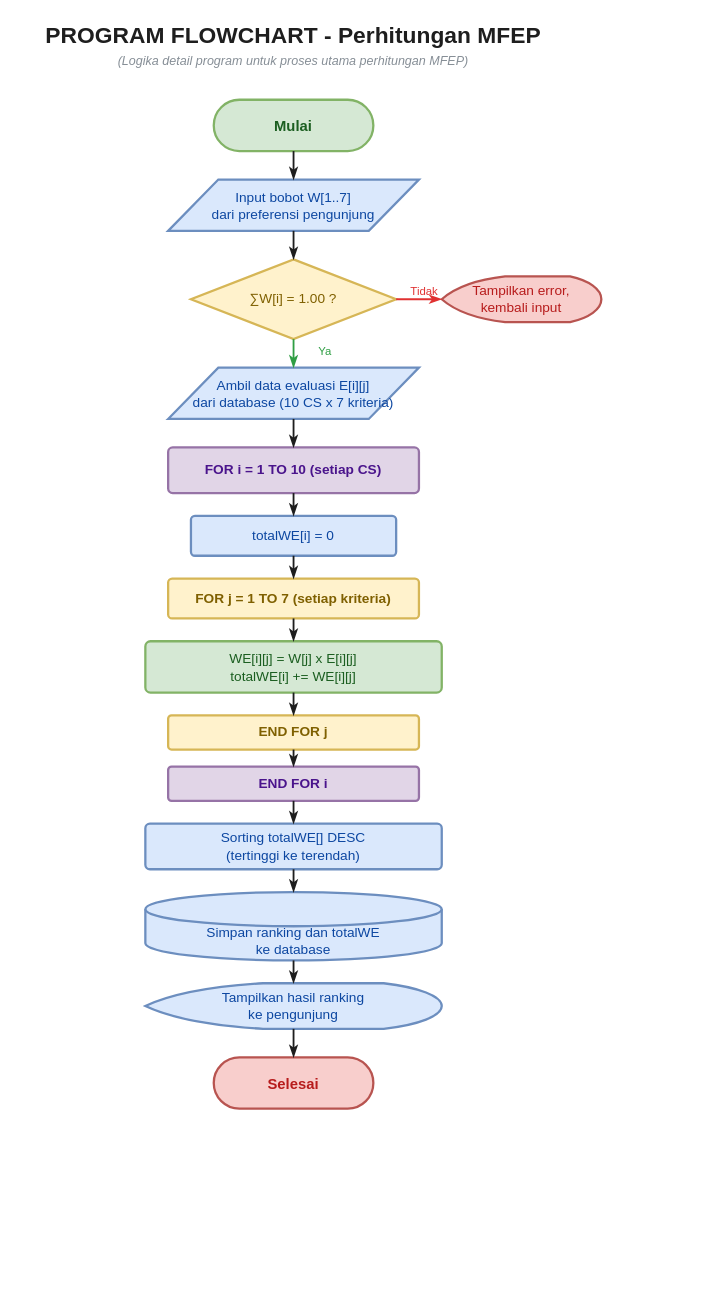
Earlier version of the draw.io diagram drawio/program_flowchart.drawio (akbarwijayaa/ansi-07). Source tidied: cells renumbered, new cells numbered last; positions are measured from the earlier drawing's top-left corner, leaving out a move shared by most shapes. Both pictures are drawn from the tidied source at 114%, with x=0, y=0 at pixel (19, 19).
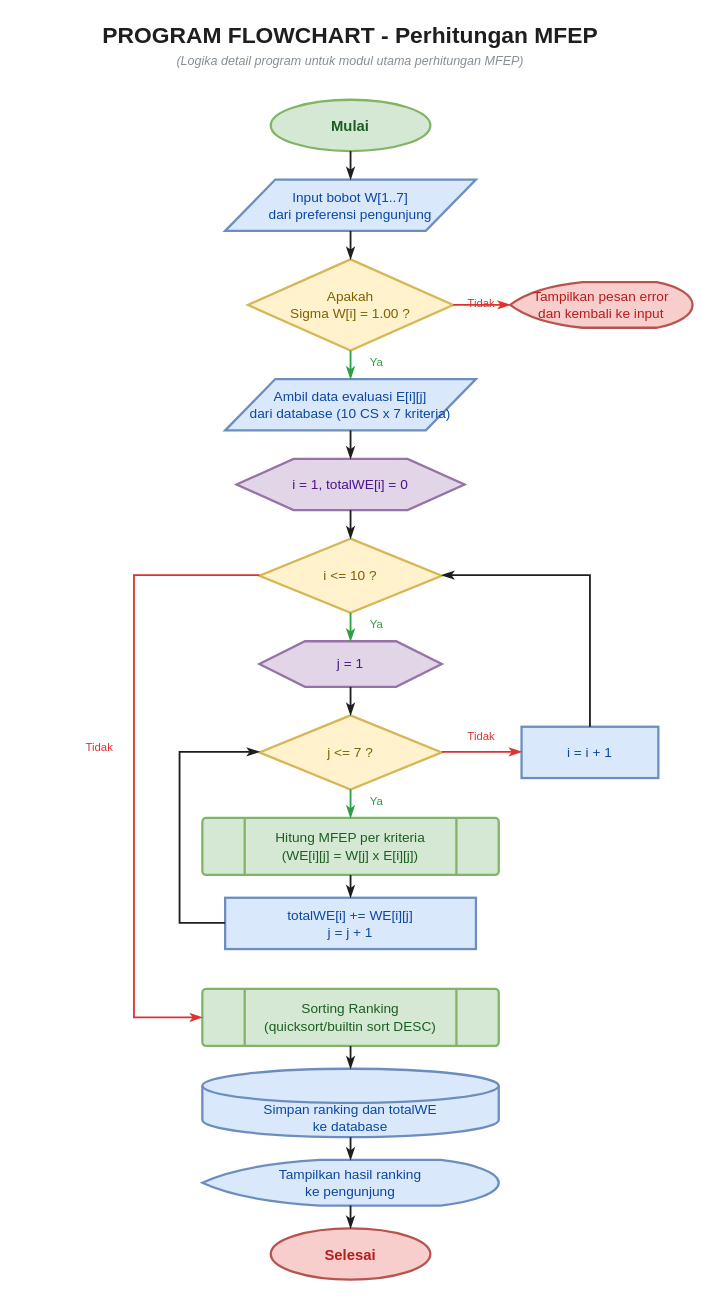
After the change.

Commit message (it also covers changes not shown here):
docs(diagram): refactor flowcharts to follow Indonesian flowchart guideline

The edit, as a diff of the source:
```diff
@@
+    <mxCell id="17" value="PROGRAM FLOWCHART - Perhitungan MFEP" style="text;html=1;strokeColor=none;fillColor=none;fontColor=#1e1e1e;fontSize=20;align=center;verticalAlign=middle;whiteSpace=wrap;fontStyle=1;" parent="1" vertex="1">
+      <mxGeometry width="580" height="25" as="geometry" />
+    </mxCell>
+    <mxCell id="18" value="(Logika detail program untuk modul utama perhitungan MFEP)" style="text;html=1;strokeColor=none;fillColor=none;fontColor=#868e96;fontSize=11;align=center;verticalAlign=middle;whiteSpace=wrap;fontStyle=2;" parent="1" vertex="1">
+      <mxGeometry y="28" width="580" height="16" as="geometry" />
+    </mxCell>
-    <mxCell id="2" value="Mulai" style="rounded=1;arcSize=50;fillColor=#d5e8d4;strokeColor=#82b366;fontColor=#1B5E20;fontSize=13;strokeWidth=2;shadow=0;html=1;whiteSpace=wrap;align=center;verticalAlign=middle;fontStyle=1;" parent="1" vertex="1">
-      <mxGeometry x="170" y="70" width="140" height="45" as="geometry" />
+    <mxCell id="2" value="Mulai" style="ellipse;fillColor=#d5e8d4;strokeColor=#82b366;fontColor=#1B5E20;fontSize=13;strokeWidth=2;shadow=0;html=1;whiteSpace=wrap;align=center;verticalAlign=middle;fontStyle=1;" parent="1" vertex="1">
+      <mxGeometry x="220" y="70" width="140" height="45" as="geometry" />
     </mxCell>
     <mxCell id="3" value="Input bobot W[1..7]&lt;br&gt;dari preferensi pengunjung" style="shape=parallelogram;perimeter=parallelogramPerimeter;size=0.2;fillColor=#dae8fc;strokeColor=#6c8ebf;fontColor=#0D47A1;fontSize=12;strokeWidth=2;shadow=0;html=1;whiteSpace=wrap;align=center;verticalAlign=middle;" parent="1" vertex="1">
-      <mxGeometry x="130" y="140" width="220" height="45" as="geometry" />
+      <mxGeometry x="180" y="140" width="220" height="45" as="geometry" />
     </mxCell>
-    <mxCell id="4" value="∑W[i] = 1.00 ?" style="rhombus;fillColor=#fff2cc;strokeColor=#d6b656;fontColor=#7F6000;fontSize=12;strokeWidth=2;shadow=0;html=1;whiteSpace=wrap;align=center;verticalAlign=middle;" parent="1" vertex="1">
-      <mxGeometry x="150" y="210" width="180" height="70" as="geometry" />
+    <mxCell id="4" value="Apakah&lt;br&gt;Sigma W[i] = 1.00 ?" style="rhombus;fillColor=#fff2cc;strokeColor=#d6b656;fontColor=#7F6000;fontSize=12;strokeWidth=2;shadow=0;html=1;whiteSpace=wrap;align=center;verticalAlign=middle;" parent="1" vertex="1">
+      <mxGeometry x="200" y="210" width="180" height="80" as="geometry" />
     </mxCell>
-    <mxCell id="5" value="Tampilkan error,&lt;br&gt;kembali input" style="shape=mxgraph.flowchart.display;fillColor=#f8cecc;strokeColor=#b85450;fontColor=#B71C1C;fontSize=12;strokeWidth=2;shadow=0;html=1;whiteSpace=wrap;align=center;verticalAlign=middle;" parent="1" vertex="1">
-      <mxGeometry x="370" y="225" width="140" height="40" as="geometry" />
+    <mxCell id="5" value="Tampilkan pesan error&lt;br&gt;dan kembali ke input" style="shape=mxgraph.flowchart.display;fillColor=#f8cecc;strokeColor=#b85450;fontColor=#B71C1C;fontSize=12;strokeWidth=2;shadow=0;html=1;whiteSpace=wrap;align=center;verticalAlign=middle;" parent="1" vertex="1">
+      <mxGeometry x="430" y="230" width="160" height="40" as="geometry" />
     </mxCell>
     <mxCell id="6" value="Ambil data evaluasi E[i][j]&lt;br&gt;dari database (10 CS x 7 kriteria)" style="shape=parallelogram;perimeter=parallelogramPerimeter;size=0.2;fillColor=#dae8fc;strokeColor=#6c8ebf;fontColor=#0D47A1;fontSize=12;strokeWidth=2;shadow=0;html=1;whiteSpace=wrap;align=center;verticalAlign=middle;" parent="1" vertex="1">
-      <mxGeometry x="130" y="305" width="220" height="45" as="geometry" />
+      <mxGeometry x="180" y="315" width="220" height="45" as="geometry" />
     </mxCell>
+    <mxCell id="8" value="i = 1, totalWE[i] = 0" style="shape=hexagon;perimeter=hexagonPerimeter2;fillColor=#e1d5e7;strokeColor=#9673a6;fontColor=#4A148C;fontSize=12;strokeWidth=2;shadow=0;html=1;whiteSpace=wrap;align=center;verticalAlign=middle;" parent="1" vertex="1">
+      <mxGeometry x="190" y="385" width="200" height="45" as="geometry" />
+    </mxCell>
-    <mxCell id="7" value="FOR i = 1 TO 10 (setiap CS)" style="rounded=1;arcSize=10;fillColor=#e1d5e7;strokeColor=#9673a6;fontColor=#4A148C;fontSize=12;strokeWidth=2;shadow=0;html=1;whiteSpace=wrap;align=center;verticalAlign=middle;fontStyle=1;" parent="1" vertex="1">
-      <mxGeometry x="130" y="375" width="220" height="40" as="geometry" />
+    <mxCell id="7" value="i &lt;= 10 ?" style="rhombus;fillColor=#fff2cc;strokeColor=#d6b656;fontColor=#7F6000;fontSize=12;strokeWidth=2;shadow=0;html=1;whiteSpace=wrap;align=center;verticalAlign=middle;" parent="1" vertex="1">
+      <mxGeometry x="210" y="455" width="160" height="65" as="geometry" />
     </mxCell>
-    <mxCell id="8" value="totalWE[i] = 0" style="rounded=1;arcSize=10;fillColor=#dae8fc;strokeColor=#6c8ebf;fontColor=#0D47A1;fontSize=12;strokeWidth=2;shadow=0;html=1;whiteSpace=wrap;align=center;verticalAlign=middle;" parent="1" vertex="1">
-      <mxGeometry x="150" y="435" width="180" height="35" as="geometry" />
-    </mxCell>
+    <mxCell id="35" value="j = 1" style="shape=hexagon;perimeter=hexagonPerimeter2;fillColor=#e1d5e7;strokeColor=#9673a6;fontColor=#4A148C;fontSize=12;strokeWidth=2;shadow=0;html=1;whiteSpace=wrap;align=center;verticalAlign=middle;" parent="1" vertex="1">
+      <mxGeometry x="210" y="545" width="160" height="40" as="geometry" />
+    </mxCell>
-    <mxCell id="9" value="FOR j = 1 TO 7 (setiap kriteria)" style="rounded=1;arcSize=10;fillColor=#fff2cc;strokeColor=#d6b656;fontColor=#7F6000;fontSize=12;strokeWidth=2;shadow=0;html=1;whiteSpace=wrap;align=center;verticalAlign=middle;fontStyle=1;" parent="1" vertex="1">
-      <mxGeometry x="130" y="490" width="220" height="35" as="geometry" />
+    <mxCell id="9" value="j &lt;= 7 ?" style="rhombus;fillColor=#fff2cc;strokeColor=#d6b656;fontColor=#7F6000;fontSize=12;strokeWidth=2;shadow=0;html=1;whiteSpace=wrap;align=center;verticalAlign=middle;" parent="1" vertex="1">
+      <mxGeometry x="210" y="610" width="160" height="65" as="geometry" />
     </mxCell>
-    <mxCell id="10" value="WE[i][j] = W[j] x E[i][j]&lt;br&gt;totalWE[i] += WE[i][j]" style="rounded=1;arcSize=10;fillColor=#d5e8d4;strokeColor=#82b366;fontColor=#1B5E20;fontSize=12;strokeWidth=2;shadow=0;html=1;whiteSpace=wrap;align=center;verticalAlign=middle;" parent="1" vertex="1">
-      <mxGeometry x="110" y="545" width="260" height="45" as="geometry" />
+    <mxCell id="10" value="Hitung MFEP per kriteria&lt;br&gt;(WE[i][j] = W[j] x E[i][j])" style="shape=mxgraph.flowchart.predefined_process;fillColor=#d5e8d4;strokeColor=#82b366;fontColor=#1B5E20;fontSize=12;strokeWidth=2;shadow=0;html=1;whiteSpace=wrap;align=center;verticalAlign=middle;" parent="1" vertex="1">
+      <mxGeometry x="160" y="700" width="260" height="50" as="geometry" />
     </mxCell>
-    <mxCell id="11" value="END FOR j" style="rounded=1;arcSize=10;fillColor=#fff2cc;strokeColor=#d6b656;fontColor=#7F6000;fontSize=12;strokeWidth=2;shadow=0;html=1;whiteSpace=wrap;align=center;verticalAlign=middle;fontStyle=1;" parent="1" vertex="1">
-      <mxGeometry x="130" y="610" width="220" height="30" as="geometry" />
-    </mxCell>
-    <mxCell id="12" value="END FOR i" style="rounded=1;arcSize=10;fillColor=#e1d5e7;strokeColor=#9673a6;fontColor=#4A148C;fontSize=12;strokeWidth=2;shadow=0;html=1;whiteSpace=wrap;align=center;verticalAlign=middle;fontStyle=1;" parent="1" vertex="1">
-      <mxGeometry x="130" y="655" width="220" height="30" as="geometry" />
-    </mxCell>
+    <mxCell id="36" value="totalWE[i] += WE[i][j]&lt;br&gt;j = j + 1" style="rounded=0;fillColor=#dae8fc;strokeColor=#6c8ebf;fontColor=#0D47A1;fontSize=12;strokeWidth=2;shadow=0;html=1;whiteSpace=wrap;align=center;verticalAlign=middle;" parent="1" vertex="1">
+      <mxGeometry x="180" y="770" width="220" height="45" as="geometry" />
+    </mxCell>
+    <mxCell id="37" value="i = i + 1" style="rounded=0;fillColor=#dae8fc;strokeColor=#6c8ebf;fontColor=#0D47A1;fontSize=12;strokeWidth=2;shadow=0;html=1;whiteSpace=wrap;align=center;verticalAlign=middle;" parent="1" vertex="1">
+      <mxGeometry x="440" y="620" width="120" height="45" as="geometry" />
+    </mxCell>
-    <mxCell id="13" value="Sorting totalWE[] DESC&lt;br&gt;(tertinggi ke terendah)" style="rounded=1;arcSize=10;fillColor=#dae8fc;strokeColor=#6c8ebf;fontColor=#0D47A1;fontSize=12;strokeWidth=2;shadow=0;html=1;whiteSpace=wrap;align=center;verticalAlign=middle;" parent="1" vertex="1">
-      <mxGeometry x="110" y="705" width="260" height="40" as="geometry" />
+    <mxCell id="13" value="Sorting Ranking&lt;br&gt;(quicksort/builtin sort DESC)" style="shape=mxgraph.flowchart.predefined_process;fillColor=#d5e8d4;strokeColor=#82b366;fontColor=#1B5E20;fontSize=12;strokeWidth=2;shadow=0;html=1;whiteSpace=wrap;align=center;verticalAlign=middle;" parent="1" vertex="1">
+      <mxGeometry x="160" y="850" width="260" height="50" as="geometry" />
     </mxCell>
     <mxCell id="14" value="Simpan ranking dan totalWE&lt;br&gt;ke database" style="shape=cylinder3;boundedLbl=1;backgroundOutline=1;size=15;fillColor=#dae8fc;strokeColor=#6c8ebf;fontColor=#0D47A1;fontSize=12;strokeWidth=2;shadow=0;html=1;whiteSpace=wrap;align=center;verticalAlign=middle;" parent="1" vertex="1">
-      <mxGeometry x="110" y="765" width="260" height="60" as="geometry" />
+      <mxGeometry x="160" y="920" width="260" height="60" as="geometry" />
     </mxCell>
     <mxCell id="15" value="Tampilkan hasil ranking&lt;br&gt;ke pengunjung" style="shape=mxgraph.flowchart.display;fillColor=#dae8fc;strokeColor=#6c8ebf;fontColor=#0D47A1;fontSize=12;strokeWidth=2;shadow=0;html=1;whiteSpace=wrap;align=center;verticalAlign=middle;" parent="1" vertex="1">
-      <mxGeometry x="110" y="845" width="260" height="40" as="geometry" />
+      <mxGeometry x="160" y="1000" width="260" height="40" as="geometry" />
     </mxCell>
-    <mxCell id="16" value="Selesai" style="rounded=1;arcSize=50;fillColor=#f8cecc;strokeColor=#b85450;fontColor=#B71C1C;fontSize=13;strokeWidth=2;shadow=0;html=1;whiteSpace=wrap;align=center;verticalAlign=middle;fontStyle=1;" parent="1" vertex="1">
-      <mxGeometry x="170" y="910" width="140" height="45" as="geometry" />
+    <mxCell id="16" value="Selesai" style="ellipse;fillColor=#f8cecc;strokeColor=#b85450;fontColor=#B71C1C;fontSize=13;strokeWidth=2;shadow=0;html=1;whiteSpace=wrap;align=center;verticalAlign=middle;fontStyle=1;" parent="1" vertex="1">
+      <mxGeometry x="220" y="1060" width="140" height="45" as="geometry" />
     </mxCell>
-    <mxCell id="17" value="PROGRAM FLOWCHART - Perhitungan MFEP" style="text;html=1;strokeColor=none;fillColor=none;fontColor=#1e1e1e;fontSize=20;align=center;verticalAlign=middle;whiteSpace=wrap;fontStyle=1;" parent="1" vertex="1">
-      <mxGeometry width="480" height="25" as="geometry" />
-    </mxCell>
-    <mxCell id="18" value="(Logika detail program untuk proses utama perhitungan MFEP)" style="text;html=1;strokeColor=none;fillColor=none;fontColor=#868e96;fontSize=11;align=center;verticalAlign=middle;whiteSpace=wrap;fontStyle=2;" parent="1" vertex="1">
-      <mxGeometry y="28" width="480" height="16" as="geometry" />
-    </mxCell>
     <mxCell id="19" value="Tidak" style="text;html=1;strokeColor=none;fillColor=none;fontColor=#e03131;fontSize=10;align=center;verticalAlign=middle;whiteSpace=wrap;" parent="1" vertex="1">
-      <mxGeometry x="335" y="230" width="40" height="16" as="geometry" />
+      <mxGeometry x="385" y="240" width="40" height="16" as="geometry" />
     </mxCell>
     <mxCell id="20" value="Ya" style="text;html=1;strokeColor=none;fillColor=none;fontColor=#2f9e44;fontSize=10;align=center;verticalAlign=middle;whiteSpace=wrap;" parent="1" vertex="1">
-      <mxGeometry x="248" y="282" width="40" height="16" as="geometry" />
+      <mxGeometry x="298" y="292" width="30" height="16" as="geometry" />
     </mxCell>
+    <mxCell id="38" value="Ya" style="text;html=1;strokeColor=none;fillColor=none;fontColor=#2f9e44;fontSize=10;align=center;verticalAlign=middle;whiteSpace=wrap;" parent="1" vertex="1">
+      <mxGeometry x="298" y="522" width="30" height="16" as="geometry" />
+    </mxCell>
+    <mxCell id="39" value="Tidak" style="text;html=1;strokeColor=none;fillColor=none;fontColor=#e03131;fontSize=10;align=center;verticalAlign=middle;whiteSpace=wrap;" parent="1" vertex="1">
+      <mxGeometry x="50" y="630" width="40" height="16" as="geometry" />
+    </mxCell>
+    <mxCell id="40" value="Ya" style="text;html=1;strokeColor=none;fillColor=none;fontColor=#2f9e44;fontSize=10;align=center;verticalAlign=middle;whiteSpace=wrap;" parent="1" vertex="1">
+      <mxGeometry x="298" y="677" width="30" height="16" as="geometry" />
+    </mxCell>
+    <mxCell id="41" value="Tidak" style="text;html=1;strokeColor=none;fillColor=none;fontColor=#e03131;fontSize=10;align=center;verticalAlign=middle;whiteSpace=wrap;" parent="1" vertex="1">
+      <mxGeometry x="385" y="620" width="40" height="16" as="geometry" />
+    </mxCell>
-    <mxCell id="21" style="endArrow=classicThin;endFill=1;html=1;rounded=0;strokeColor=#1e1e1e;strokeWidth=1.6;fontColor=#1e1e1e;fontSize=11;" parent="1" edge="1">
+    <mxCell id="21" style="endArrow=classicThin;endFill=1;html=1;rounded=0;strokeColor=#1e1e1e;strokeWidth=1.6;" parent="1" edge="1">
       <mxGeometry relative="1" as="geometry">
-        <mxPoint x="240" y="115" as="sourcePoint" />
-        <mxPoint x="240" y="140" as="targetPoint" />
+        <mxPoint x="290" y="115" as="sourcePoint" />
+        <mxPoint x="290" y="140" as="targetPoint" />
       </mxGeometry>
     </mxCell>
-    <mxCell id="22" style="endArrow=classicThin;endFill=1;html=1;rounded=0;strokeColor=#1e1e1e;strokeWidth=1.6;fontColor=#1e1e1e;fontSize=11;" parent="1" edge="1">
+    <mxCell id="22" style="endArrow=classicThin;endFill=1;html=1;rounded=0;strokeColor=#1e1e1e;strokeWidth=1.6;" parent="1" edge="1">
       <mxGeometry relative="1" as="geometry">
-        <mxPoint x="240" y="185" as="sourcePoint" />
-        <mxPoint x="240" y="210" as="targetPoint" />
+        <mxPoint x="290" y="185" as="sourcePoint" />
+        <mxPoint x="290" y="210" as="targetPoint" />
       </mxGeometry>
     </mxCell>
-    <mxCell id="23" style="endArrow=classicThin;endFill=1;html=1;rounded=0;strokeColor=#e03131;strokeWidth=1.6;fontColor=#1e1e1e;fontSize=11;" parent="1" edge="1">
+    <mxCell id="23" style="endArrow=classicThin;endFill=1;html=1;rounded=0;strokeColor=#e03131;strokeWidth=1.6;" parent="1" edge="1">
       <mxGeometry relative="1" as="geometry">
-        <mxPoint x="330" y="245" as="sourcePoint" />
-        <mxPoint x="370" y="245" as="targetPoint" />
+        <mxPoint x="380" y="250" as="sourcePoint" />
+        <mxPoint x="430" y="250" as="targetPoint" />
       </mxGeometry>
     </mxCell>
-    <mxCell id="24" style="endArrow=classicThin;endFill=1;html=1;rounded=0;strokeColor=#2f9e44;strokeWidth=1.6;fontColor=#1e1e1e;fontSize=11;" parent="1" edge="1">
+    <mxCell id="24" style="endArrow=classicThin;endFill=1;html=1;rounded=0;strokeColor=#2f9e44;strokeWidth=1.6;" parent="1" edge="1">
       <mxGeometry relative="1" as="geometry">
-        <mxPoint x="240" y="280" as="sourcePoint" />
-        <mxPoint x="240" y="305" as="targetPoint" />
+        <mxPoint x="290" y="290" as="sourcePoint" />
+        <mxPoint x="290" y="315" as="targetPoint" />
       </mxGeometry>
     </mxCell>
-    <mxCell id="25" style="endArrow=classicThin;endFill=1;html=1;rounded=0;strokeColor=#1e1e1e;strokeWidth=1.6;fontColor=#1e1e1e;fontSize=11;" parent="1" edge="1">
+    <mxCell id="25" style="endArrow=classicThin;endFill=1;html=1;rounded=0;strokeColor=#1e1e1e;strokeWidth=1.6;" parent="1" edge="1">
       <mxGeometry relative="1" as="geometry">
-        <mxPoint x="240" y="350" as="sourcePoint" />
-        <mxPoint x="240" y="375" as="targetPoint" />
+        <mxPoint x="290" y="360" as="sourcePoint" />
+        <mxPoint x="290" y="385" as="targetPoint" />
       </mxGeometry>
     </mxCell>
-    <mxCell id="26" style="endArrow=classicThin;endFill=1;html=1;rounded=0;strokeColor=#1e1e1e;strokeWidth=1.6;fontColor=#1e1e1e;fontSize=11;" parent="1" edge="1">
+    <mxCell id="26" style="endArrow=classicThin;endFill=1;html=1;rounded=0;strokeColor=#1e1e1e;strokeWidth=1.6;" parent="1" edge="1">
       <mxGeometry relative="1" as="geometry">
-        <mxPoint x="240" y="415" as="sourcePoint" />
-        <mxPoint x="240" y="435" as="targetPoint" />
+        <mxPoint x="290" y="430" as="sourcePoint" />
+        <mxPoint x="290" y="455" as="targetPoint" />
       </mxGeometry>
     </mxCell>
+    <mxCell id="42" style="endArrow=classicThin;endFill=1;html=1;rounded=0;strokeColor=#2f9e44;strokeWidth=1.6;" parent="1" edge="1">
+      <mxGeometry relative="1" as="geometry">
+        <mxPoint x="290" y="520" as="sourcePoint" />
+        <mxPoint x="290" y="545" as="targetPoint" />
+      </mxGeometry>
+    </mxCell>
+    <mxCell id="43" style="endArrow=classicThin;endFill=1;html=1;rounded=0;strokeColor=#e03131;strokeWidth=1.6;entryX=0;entryY=0.5;entryDx=0;entryDy=0;entryPerimeter=0;" parent="1" edge="1" target="13">
+      <mxGeometry relative="1" as="geometry">
+        <mxPoint x="210" y="487" as="sourcePoint" />
+        <Array as="points">
+          <mxPoint x="100" y="487" />
+          <mxPoint x="100" y="875" />
+          <mxPoint x="150" y="875" />
+        </Array>
+      </mxGeometry>
+    </mxCell>
-    <mxCell id="27" style="endArrow=classicThin;endFill=1;html=1;rounded=0;strokeColor=#1e1e1e;strokeWidth=1.6;fontColor=#1e1e1e;fontSize=11;" parent="1" edge="1">
+    <mxCell id="27" style="endArrow=classicThin;endFill=1;html=1;rounded=0;strokeColor=#1e1e1e;strokeWidth=1.6;" parent="1" edge="1">
       <mxGeometry relative="1" as="geometry">
-        <mxPoint x="240" y="470" as="sourcePoint" />
-        <mxPoint x="240" y="490" as="targetPoint" />
+        <mxPoint x="290" y="585" as="sourcePoint" />
+        <mxPoint x="290" y="610" as="targetPoint" />
       </mxGeometry>
     </mxCell>
+    <mxCell id="44" style="endArrow=classicThin;endFill=1;html=1;rounded=0;strokeColor=#2f9e44;strokeWidth=1.6;" parent="1" edge="1">
+      <mxGeometry relative="1" as="geometry">
+        <mxPoint x="290" y="675" as="sourcePoint" />
+        <mxPoint x="290" y="700" as="targetPoint" />
+      </mxGeometry>
+    </mxCell>
+    <mxCell id="45" style="endArrow=classicThin;endFill=1;html=1;rounded=0;strokeColor=#e03131;strokeWidth=1.6;" parent="1" edge="1">
+      <mxGeometry relative="1" as="geometry">
+        <mxPoint x="370" y="642" as="sourcePoint" />
+        <mxPoint x="440" y="642" as="targetPoint" />
+      </mxGeometry>
+    </mxCell>
+    <mxCell id="46" style="endArrow=classicThin;endFill=1;html=1;rounded=0;strokeColor=#1e1e1e;strokeWidth=1.6;entryX=1;entryY=0.5;entryDx=0;entryDy=0;" parent="1" edge="1" target="7">
+      <mxGeometry relative="1" as="geometry">
+        <mxPoint x="500" y="620" as="sourcePoint" />
+        <Array as="points">
+          <mxPoint x="500" y="487" />
+          <mxPoint x="370" y="487" />
+        </Array>
+      </mxGeometry>
+    </mxCell>
+    <mxCell id="47" style="endArrow=classicThin;endFill=1;html=1;rounded=0;strokeColor=#1e1e1e;strokeWidth=1.6;" parent="1" edge="1">
+      <mxGeometry relative="1" as="geometry">
+        <mxPoint x="290" y="750" as="sourcePoint" />
+        <mxPoint x="290" y="770" as="targetPoint" />
+      </mxGeometry>
+    </mxCell>
+    <mxCell id="48" style="endArrow=classicThin;endFill=1;html=1;rounded=0;strokeColor=#1e1e1e;strokeWidth=1.6;entryX=0;entryY=0.5;entryDx=0;entryDy=0;" parent="1" edge="1" target="9">
+      <mxGeometry relative="1" as="geometry">
+        <mxPoint x="180" y="792" as="sourcePoint" />
+        <Array as="points">
+          <mxPoint x="140" y="792" />
+          <mxPoint x="140" y="642" />
+          <mxPoint x="210" y="642" />
+        </Array>
+      </mxGeometry>
+    </mxCell>
-    <mxCell id="28" style="endArrow=classicThin;endFill=1;html=1;rounded=0;strokeColor=#1e1e1e;strokeWidth=1.6;fontColor=#1e1e1e;fontSize=11;" parent="1" edge="1">
+    <mxCell id="28" style="endArrow=classicThin;endFill=1;html=1;rounded=0;strokeColor=#1e1e1e;strokeWidth=1.6;" parent="1" edge="1">
       <mxGeometry relative="1" as="geometry">
-        <mxPoint x="240" y="525" as="sourcePoint" />
-        <mxPoint x="240" y="545" as="targetPoint" />
+        <mxPoint x="290" y="900" as="sourcePoint" />
+        <mxPoint x="290" y="920" as="targetPoint" />
       </mxGeometry>
     </mxCell>
-    <mxCell id="29" style="endArrow=classicThin;endFill=1;html=1;rounded=0;strokeColor=#1e1e1e;strokeWidth=1.6;fontColor=#1e1e1e;fontSize=11;" parent="1" edge="1">
+    <mxCell id="29" style="endArrow=classicThin;endFill=1;html=1;rounded=0;strokeColor=#1e1e1e;strokeWidth=1.6;" parent="1" edge="1">
       <mxGeometry relative="1" as="geometry">
-        <mxPoint x="240" y="590" as="sourcePoint" />
-        <mxPoint x="240" y="610" as="targetPoint" />
+        <mxPoint x="290" y="980" as="sourcePoint" />
+        <mxPoint x="290" y="1000" as="targetPoint" />
       </mxGeometry>
     </mxCell>
-    <mxCell id="30" style="endArrow=classicThin;endFill=1;html=1;rounded=0;strokeColor=#1e1e1e;strokeWidth=1.6;fontColor=#1e1e1e;fontSize=11;" parent="1" edge="1">
+    <mxCell id="30" style="endArrow=classicThin;endFill=1;html=1;rounded=0;strokeColor=#1e1e1e;strokeWidth=1.6;" parent="1" edge="1">
       <mxGeometry relative="1" as="geometry">
-        <mxPoint x="240" y="640" as="sourcePoint" />
-        <mxPoint x="240" y="655" as="targetPoint" />
+        <mxPoint x="290" y="1040" as="sourcePoint" />
+        <mxPoint x="290" y="1060" as="targetPoint" />
       </mxGeometry>
     </mxCell>
-    <mxCell id="31" style="endArrow=classicThin;endFill=1;html=1;rounded=0;strokeColor=#1e1e1e;strokeWidth=1.6;fontColor=#1e1e1e;fontSize=11;" parent="1" edge="1">
-      <mxGeometry relative="1" as="geometry">
-        <mxPoint x="240" y="685" as="sourcePoint" />
-        <mxPoint x="240" y="705" as="targetPoint" />
-      </mxGeometry>
-    </mxCell>
-    <mxCell id="32" style="endArrow=classicThin;endFill=1;html=1;rounded=0;strokeColor=#1e1e1e;strokeWidth=1.6;fontColor=#1e1e1e;fontSize=11;" parent="1" edge="1">
-      <mxGeometry relative="1" as="geometry">
-        <mxPoint x="240" y="745" as="sourcePoint" />
-        <mxPoint x="240" y="765" as="targetPoint" />
-      </mxGeometry>
-    </mxCell>
-    <mxCell id="33" style="endArrow=classicThin;endFill=1;html=1;rounded=0;strokeColor=#1e1e1e;strokeWidth=1.6;fontColor=#1e1e1e;fontSize=11;" parent="1" edge="1">
-      <mxGeometry relative="1" as="geometry">
-        <mxPoint x="240" y="825" as="sourcePoint" />
-        <mxPoint x="240" y="845" as="targetPoint" />
-      </mxGeometry>
-    </mxCell>
-    <mxCell id="34" style="endArrow=classicThin;endFill=1;html=1;rounded=0;strokeColor=#1e1e1e;strokeWidth=1.6;fontColor=#1e1e1e;fontSize=11;" parent="1" edge="1">
-      <mxGeometry relative="1" as="geometry">
-        <mxPoint x="240" y="885" as="sourcePoint" />
-        <mxPoint x="240" y="910" as="targetPoint" />
-      </mxGeometry>
-    </mxCell>
```
